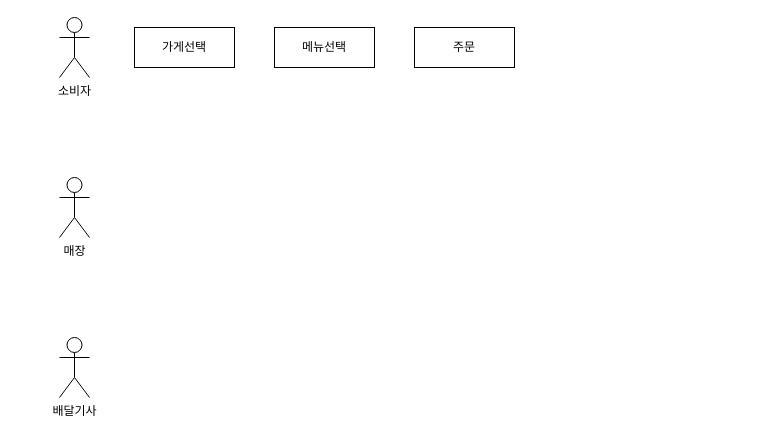
kimsintae/D_Delivery keeps this draw.io diagram as 서비스기획.drawio. Above is the earlier version. Source tidied: cells renumbered, new cells numbered last; positions are measured from the earlier drawing's top-left corner, leaving out a move shared by most shapes. Both pictures are drawn from the tidied source at 100%, with x=0, y=0 at pixel (59, 17).
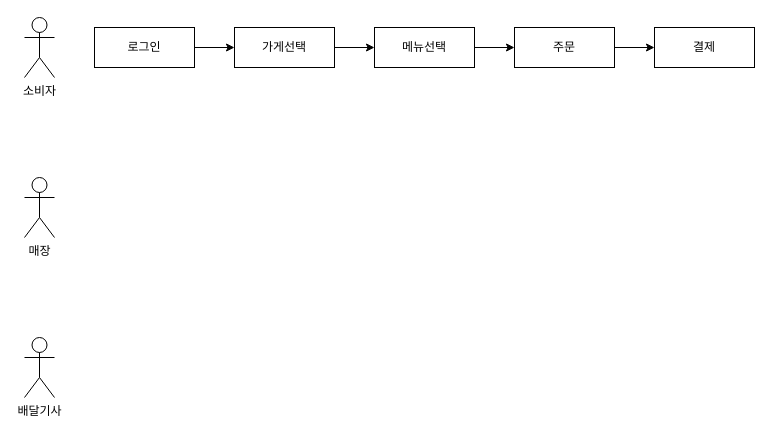
The same page after the edit.

Commit message (it also covers changes not shown here):
서비스기획.drawio 업데이트

Change to the diagram source:
```diff
@@
 <mxGraphModel>
   <root>
     <mxCell id="0" />
     <mxCell id="1" parent="0" />
     <mxCell id="2" value="소비자" style="shape=umlActor;verticalLabelPosition=bottom;verticalAlign=top;html=1;" parent="1" vertex="1">
-      <mxGeometry width="30" height="60" as="geometry" />
+      <mxGeometry x="-35" width="30" height="60" as="geometry" />
     </mxCell>
     <mxCell id="3" value="매장" style="shape=umlActor;verticalLabelPosition=bottom;verticalAlign=top;html=1;" parent="1" vertex="1">
-      <mxGeometry y="160" width="30" height="60" as="geometry" />
+      <mxGeometry x="-35" y="160" width="30" height="60" as="geometry" />
     </mxCell>
     <mxCell id="4" value="배달기사" style="shape=umlActor;verticalLabelPosition=bottom;verticalAlign=top;html=1;" parent="1" vertex="1">
-      <mxGeometry y="320" width="30" height="60" as="geometry" />
+      <mxGeometry x="-35" y="320" width="30" height="60" as="geometry" />
     </mxCell>
     <mxCell id="5" value="주문" style="rounded=0;whiteSpace=wrap;html=1;" parent="1" vertex="1">
-      <mxGeometry x="355" y="10" width="100" height="40" as="geometry" />
+      <mxGeometry x="455" y="10" width="100" height="40" as="geometry" />
     </mxCell>
     <mxCell id="6" value="가게선택" style="rounded=0;whiteSpace=wrap;html=1;" parent="1" vertex="1">
-      <mxGeometry x="75" y="10" width="100" height="40" as="geometry" />
+      <mxGeometry x="175" y="10" width="100" height="40" as="geometry" />
     </mxCell>
     <mxCell id="7" value="메뉴선택" style="rounded=0;whiteSpace=wrap;html=1;" parent="1" vertex="1">
-      <mxGeometry x="215" y="10" width="100" height="40" as="geometry" />
+      <mxGeometry x="315" y="10" width="100" height="40" as="geometry" />
     </mxCell>
+    <mxCell id="8" style="endArrow=classic;html=1;rounded=0;entryX=0;entryY=0.5;entryDx=0;entryDy=0;exitX=1;exitY=0.5;exitDx=0;exitDy=0;" parent="1" edge="1">
+      <mxGeometry relative="1" as="geometry">
+        <mxPoint x="415" y="30" as="sourcePoint" />
+        <mxPoint x="455" y="30" as="targetPoint" />
+      </mxGeometry>
+    </mxCell>
+    <mxCell id="9" style="endArrow=classic;html=1;rounded=0;entryX=0;entryY=0.5;entryDx=0;entryDy=0;exitX=1;exitY=0.5;exitDx=0;exitDy=0;" parent="1" edge="1" source="6" target="7">
+      <mxGeometry relative="1" as="geometry" />
+    </mxCell>
+    <mxCell id="10" value="결제" style="rounded=0;whiteSpace=wrap;html=1;" parent="1" vertex="1">
+      <mxGeometry x="595" y="10" width="100" height="40" as="geometry" />
+    </mxCell>
+    <mxCell id="11" style="endArrow=classic;html=1;rounded=0;entryX=0;entryY=0.5;entryDx=0;entryDy=0;exitX=1;exitY=0.5;exitDx=0;exitDy=0;" parent="1" edge="1" source="5" target="10">
+      <mxGeometry relative="1" as="geometry" />
+    </mxCell>
+    <mxCell id="12" value="로그인" style="rounded=0;whiteSpace=wrap;html=1;" parent="1" vertex="1">
+      <mxGeometry x="35" y="10" width="100" height="40" as="geometry" />
+    </mxCell>
+    <mxCell id="13" style="endArrow=classic;html=1;rounded=0;exitX=1;exitY=0.5;exitDx=0;exitDy=0;" parent="1" edge="1" source="12">
+      <mxGeometry relative="1" as="geometry">
+        <mxPoint x="175" y="30" as="targetPoint" />
+      </mxGeometry>
+    </mxCell>
   </root>
 </mxGraphModel>
```
